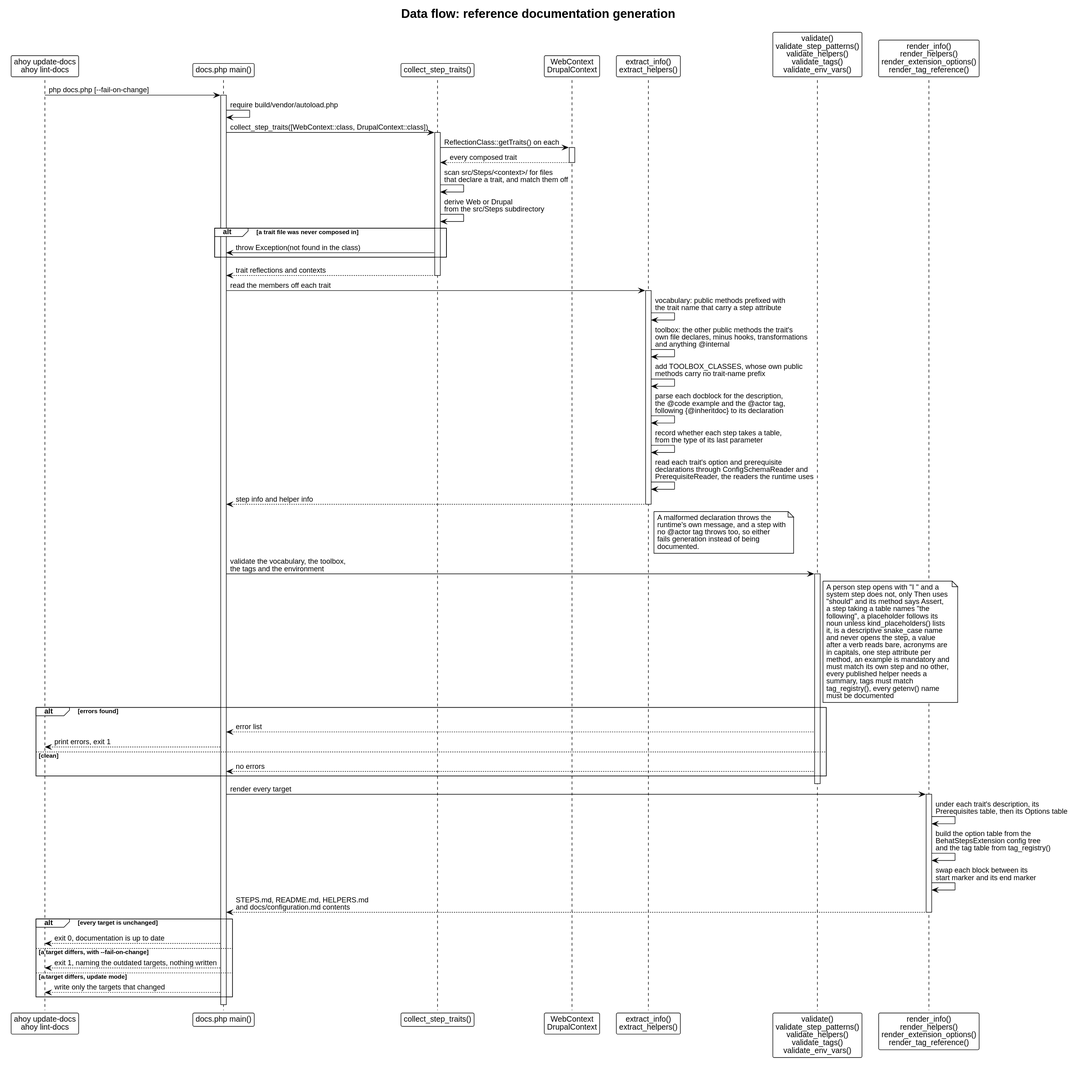
Before: docs/content/architecture/dataflow-docs.svg, a diagram exported from PlantUML (drevops/behat-steps). Source of this version:
```plantuml
@startuml
!theme plain
skinparam backgroundColor white
skinparam defaultFontName Helvetica
skinparam shadowing false
title Data flow: reference documentation generation

participant "ahoy update-docs\nahoy lint-docs" as Dev
participant "docs.php main()" as Main
participant "collect_step_traits()" as Collect
participant "WebContext\nDrupalContext" as Ctx
participant "extract_info()\nextract_helpers()" as Extract
participant "validate()\nvalidate_step_patterns()\nvalidate_helpers()\nvalidate_tags()\nvalidate_env_vars()" as Validate
participant "render_info()\nrender_helpers()\nrender_extension_options()\nrender_tag_reference()" as Render

Dev -> Main: php docs.php [~--fail-on-change]
activate Main
Main -> Main: require build/vendor/autoload.php

Main -> Collect: collect_step_traits([WebContext::class, DrupalContext::class])
activate Collect
Collect -> Ctx: ReflectionClass::getTraits() on each
activate Ctx
Ctx --> Collect: every composed trait
deactivate Ctx
Collect -> Collect: scan src/Steps/<context>/ for files\nthat declare a trait, and match them off
Collect -> Collect: derive Web or Drupal\nfrom the src/Steps subdirectory

alt a trait file was never composed in
  Collect -> Main: throw Exception(not found in the class)
end
Collect --> Main: trait reflections and contexts
deactivate Collect

Main -> Extract: read the members off each trait
activate Extract
Extract -> Extract: vocabulary: public methods prefixed with\nthe trait name that carry a step attribute
Extract -> Extract: toolbox: the other public methods the trait's\nown file declares, minus hooks, transformations\nand anything @internal
Extract -> Extract: add TOOLBOX_CLASSES, whose own public\nmethods carry no trait-name prefix
Extract -> Extract: parse each docblock for the description,\nthe @code example and the @actor tag,\nfollowing {@inheritdoc} to its declaration
Extract -> Extract: record whether each step takes a table,\nfrom the type of its last parameter
Extract -> Extract: read each trait's option and prerequisite\ndeclarations through ConfigSchemaReader and\nPrerequisiteReader, the readers the runtime uses
Extract --> Main: step info and helper info
note right of Extract
  A malformed declaration throws the
  runtime's own message, and a step with
  no @actor tag throws too, so either
  fails generation instead of being
  documented.
end note
deactivate Extract

Main -> Validate: validate the vocabulary, the toolbox,\nthe tags and the environment
activate Validate
note right of Validate
  A person step opens with "I " and a
  system step does not, only Then uses
  "should" and its method says Assert,
  a step taking a table names "the
  following", a placeholder follows its
  noun unless kind_placeholders() lists
  it, is a descriptive snake_case name
  and never opens the step, a value
  after a verb reads bare, acronyms are
  in capitals, one step attribute per
  method, an example is mandatory and
  must match its own step and no other,
  every published helper needs a
  summary, tags must match
  tag_registry(), every getenv() name
  must be documented
end note
alt errors found
  Validate --> Main: error list
  Main --> Dev: print errors, exit 1
else clean
  Validate --> Main: no errors
end
deactivate Validate

Main -> Render: render every target
activate Render
Render -> Render: under each trait's description, its\nPrerequisites table, then its Options table
Render -> Render: build the option table from the\nBehatStepsExtension config tree\nand the tag table from tag_registry()
Render -> Render: swap each block between its\nstart marker and its end marker
Render --> Main: STEPS.md, README.md, HELPERS.md\nand docs/configuration.md contents
deactivate Render

alt every target is unchanged
  Main --> Dev: exit 0, documentation is up to date
else a target differs, with ~--fail-on-change
  Main --> Dev: exit 1, naming the outdated targets, nothing written
else a target differs, update mode
  Main --> Dev: write only the targets that changed
end
deactivate Main
@enduml
```
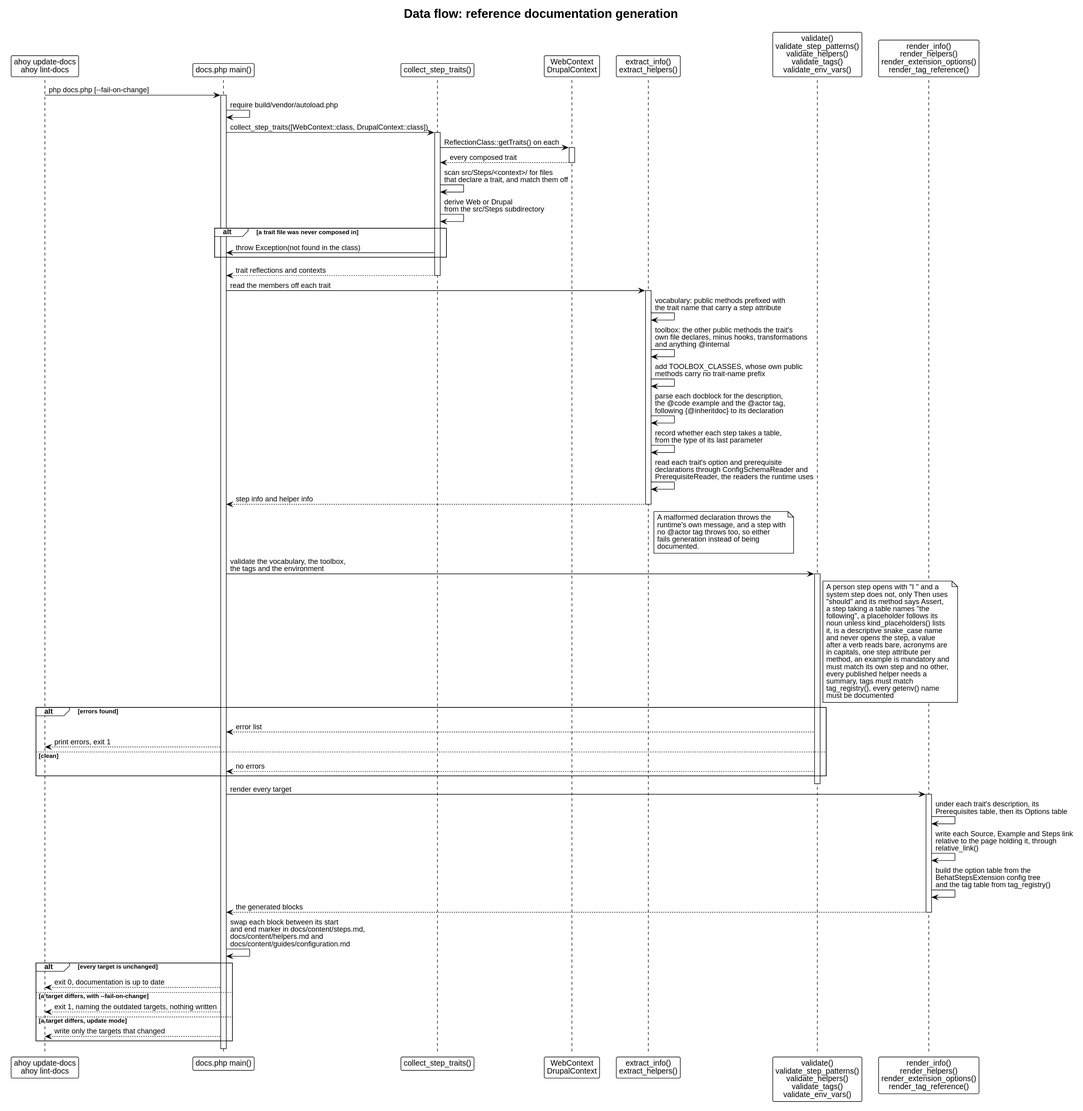
Later version of the same file.

Commit message:
[#1063] Updated the architecture walkthrough for the docs site and the new reference targets.

Diff of the diagram source:
```diff
@@ -81,10 +81,11 @@
 Main -> Render: render every target
 activate Render
 Render -> Render: under each trait's description, its\nPrerequisites table, then its Options table
+Render -> Render: write each Source, Example and Steps link\nrelative to the page holding it, through\nrelative_link()
 Render -> Render: build the option table from the\nBehatStepsExtension config tree\nand the tag table from tag_registry()
-Render -> Render: swap each block between its\nstart marker and its end marker
-Render --> Main: STEPS.md, README.md, HELPERS.md\nand docs/configuration.md contents
+Render --> Main: the generated blocks
 deactivate Render
+Main -> Main: swap each block between its start\nand end marker in docs/content/steps.md,\ndocs/content/helpers.md and\ndocs/content/guides/configuration.md
 
 alt every target is unchanged
   Main --> Dev: exit 0, documentation is up to date
```
